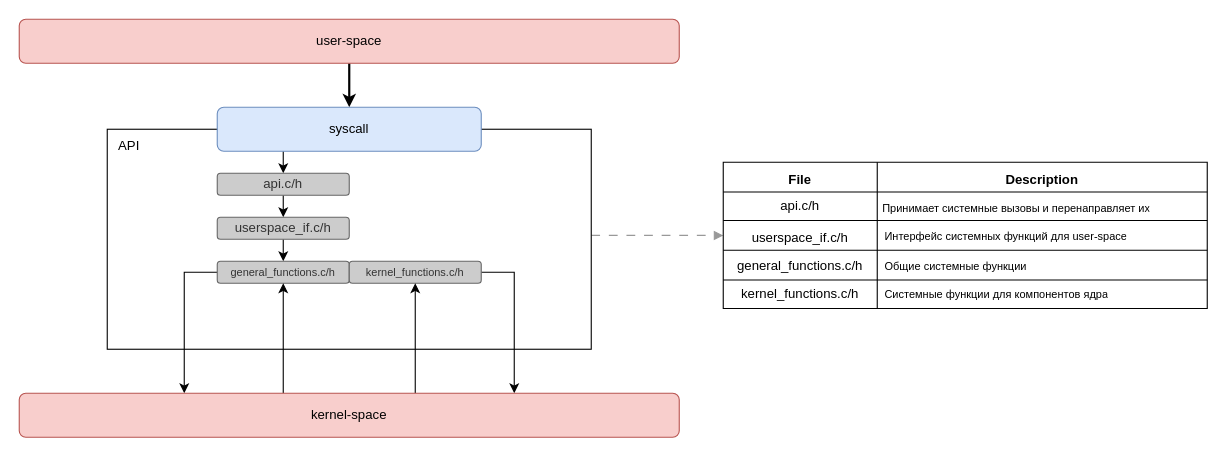
This is docs/api/api.drawio from igmunv/Operation-System, a draw.io file, before an edit. Source tidied: cells renumbered, new cells numbered last; positions are measured from the earlier drawing's top-left corner, leaving out a move shared by most shapes. Both pictures are drawn from the tidied source at 110%, with x=0, y=0 at pixel (19, 19).
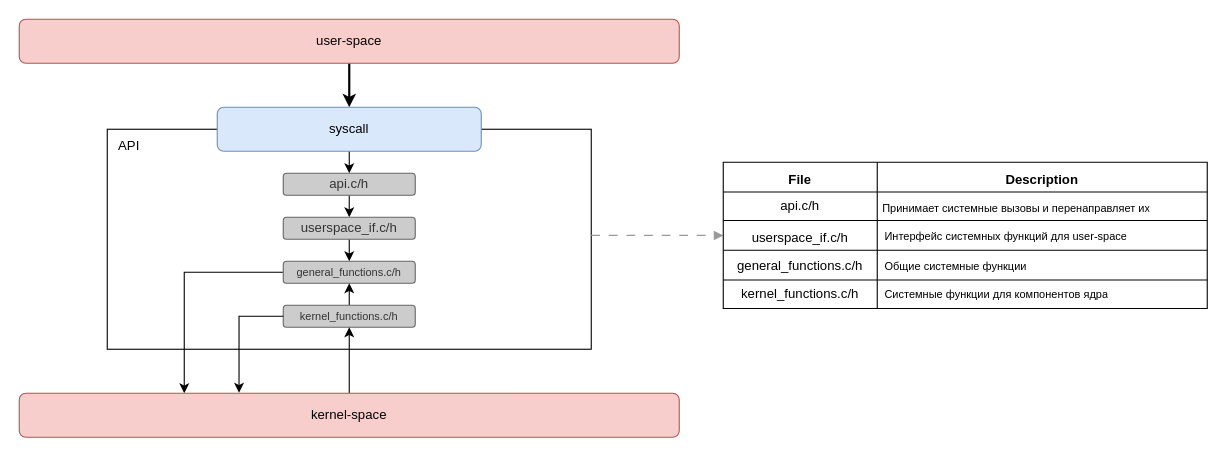
After the change.

The change refers to these unchanged cells:
```xml
<mxCell id="8" value="syscall" style="rounded=1;whiteSpace=wrap;html=1;fillColor=#dae8fc;strokeColor=#6c8ebf;" parent="1" vertex="1">
  <mxGeometry x="180" y="80" width="240" height="40" as="geometry" />
</mxCell>
<mxCell id="19" value="kernel-space" style="rounded=1;whiteSpace=wrap;html=1;fillColor=#f8cecc;strokeColor=#b85450;" parent="1" vertex="1">
  <mxGeometry y="340" width="600" height="40" as="geometry" />
</mxCell>
```

Diff of the diagram source:
```diff
@@
+    <mxCell id="3" style="rounded=0;whiteSpace=wrap;html=1;" parent="1" vertex="1">
+      <mxGeometry x="80" y="100" width="440" height="200" as="geometry" />
+    </mxCell>
@@
-    <mxCell id="3" style="rounded=0;whiteSpace=wrap;html=1;" parent="1" vertex="1">
-      <mxGeometry x="80" y="100" width="440" height="200" as="geometry" />
-    </mxCell>
@@
-    <mxCell id="7" style="edgeStyle=orthogonalEdgeStyle;rounded=0;jettySize=auto;html=1;exitX=0.25;exitY=1;exitDx=0;exitDy=0;entryX=0.5;entryY=0;entryDx=0;entryDy=0;" parent="1" edge="1" source="8" target="10">
+    <mxCell id="7" style="edgeStyle=orthogonalEdgeStyle;rounded=0;jettySize=auto;html=1;exitX=0.5;exitY=1;exitDx=0;exitDy=0;entryX=0.5;entryY=0;entryDx=0;entryDy=0;" parent="1" edge="1" source="8" target="10">
       <mxGeometry relative="1" as="geometry" />
     </mxCell>
@@
     <mxCell id="10" value="api.c/h" style="rounded=1;whiteSpace=wrap;html=1;fillColor=#CCCCCC;fontColor=#333333;strokeColor=#666666;" parent="1" vertex="1">
-      <mxGeometry x="180" y="140" width="120" height="20" as="geometry" />
+      <mxGeometry x="240" y="140" width="120" height="20" as="geometry" />
     </mxCell>
@@
     <mxCell id="12" value="userspace_if.c/h" style="rounded=1;whiteSpace=wrap;html=1;fillColor=#CCCCCC;fontColor=#333333;strokeColor=#666666;" parent="1" vertex="1">
-      <mxGeometry x="180" y="180" width="120" height="20" as="geometry" />
+      <mxGeometry x="240" y="180" width="120" height="20" as="geometry" />
     </mxCell>
-    <mxCell id="13" style="edgeStyle=orthogonalEdgeStyle;rounded=0;jettySize=auto;html=1;exitX=0;exitY=0.5;exitDx=0;exitDy=0;entryX=0.25;entryY=0;entryDx=0;entryDy=0;" parent="1" edge="1" source="14" target="19">
+    <mxCell id="13" style="edgeStyle=orthogonalEdgeStyle;rounded=0;jettySize=auto;html=1;entryX=0.25;entryY=0;entryDx=0;entryDy=0;" parent="1" edge="1" source="14" target="19">
       <mxGeometry relative="1" as="geometry">
         <Array as="points">
           <mxPoint x="150" y="230" />
         </Array>
       </mxGeometry>
     </mxCell>
     <mxCell id="14" value="general_functions.c/h" style="rounded=1;whiteSpace=wrap;html=1;fillColor=#CCCCCC;fontColor=#333333;strokeColor=#666666;fontSize=10;" parent="1" vertex="1">
-      <mxGeometry x="180" y="220" width="120" height="20" as="geometry" />
+      <mxGeometry x="240" y="220" width="120" height="20" as="geometry" />
     </mxCell>
-    <mxCell id="15" style="edgeStyle=orthogonalEdgeStyle;rounded=0;jettySize=auto;html=1;exitX=1;exitY=0.5;exitDx=0;exitDy=0;entryX=0.75;entryY=0;entryDx=0;entryDy=0;" parent="1" edge="1" source="16" target="19">
-      <mxGeometry relative="1" as="geometry">
-        <Array as="points">
-          <mxPoint x="450" y="230" />
-        </Array>
-      </mxGeometry>
-    </mxCell>
+    <mxCell id="36" style="edgeStyle=orthogonalEdgeStyle;rounded=0;jettySize=auto;html=1;exitX=0.5;exitY=0;exitDx=0;exitDy=0;entryX=0.5;entryY=1;entryDx=0;entryDy=0;" parent="1" edge="1" source="16" target="14">
+      <mxGeometry relative="1" as="geometry" />
+    </mxCell>
     <mxCell id="16" value="kernel_functions.c/h" style="rounded=1;whiteSpace=wrap;html=1;fillColor=#CCCCCC;fontColor=#333333;strokeColor=#666666;fontSize=10;" parent="1" vertex="1">
-      <mxGeometry x="300" y="220" width="120" height="20" as="geometry" />
+      <mxGeometry x="240" y="260" width="120" height="20" as="geometry" />
     </mxCell>
     <mxCell id="17" style="edgeStyle=orthogonalEdgeStyle;rounded=0;jettySize=auto;html=1;entryX=0.5;entryY=1;entryDx=0;entryDy=0;" parent="1" edge="1" source="19" target="16">
-      <mxGeometry relative="1" as="geometry">
-        <Array as="points">
-          <mxPoint x="360" y="320" />
-          <mxPoint x="360" y="320" />
-        </Array>
-      </mxGeometry>
+      <mxGeometry relative="1" as="geometry" />
     </mxCell>
-    <mxCell id="18" style="edgeStyle=orthogonalEdgeStyle;rounded=0;jettySize=auto;html=1;entryX=0.5;entryY=1;entryDx=0;entryDy=0;" parent="1" edge="1" source="19" target="14">
-      <mxGeometry relative="1" as="geometry">
-        <Array as="points">
-          <mxPoint x="240" y="320" />
-          <mxPoint x="240" y="320" />
-        </Array>
-      </mxGeometry>
-    </mxCell>
@@
+    <mxCell id="15" style="edgeStyle=orthogonalEdgeStyle;rounded=0;jettySize=auto;html=1;entryX=0.333;entryY=-0.011;entryDx=0;entryDy=0;entryPerimeter=0;" parent="1" edge="1" source="16" target="19">
+      <mxGeometry relative="1" as="geometry">
+        <Array as="points">
+          <mxPoint x="200" y="270" />
+        </Array>
+      </mxGeometry>
+    </mxCell>
```
